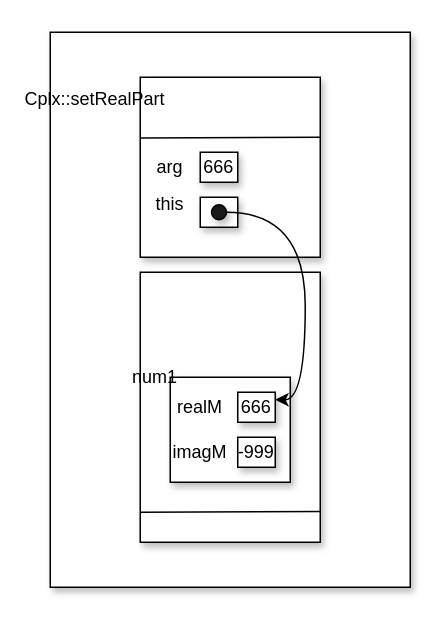
Above: page "Ex_B_Point_1" (4 of 11) of ENSF_619_Lab3.drawio in ENSF-619/Lab_3 (draw.io), before the change. Source tidied: cells renumbered, new cells numbered last; positions are measured from the earlier drawing's top-left corner, leaving out a move shared by most shapes. Both pictures are drawn from the tidied source at 150%, with x=0, y=0 at pixel (50, 32).
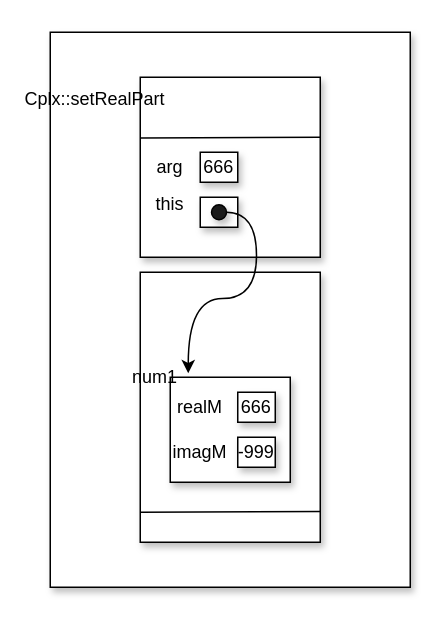
After the change.

The change refers to these unchanged cells:
```xml
<mxCell id="5" style="rounded=0;whiteSpace=wrap;html=1;shadow=1;strokeColor=#000000;fillColor=#ffffff;" parent="1" vertex="1">
  <mxGeometry x="80" y="230" width="80" height="70" as="geometry" />
</mxCell>
<mxCell id="12" value="666" style="rounded=0;whiteSpace=wrap;html=1;shadow=1;strokeColor=#000000;fillColor=#ffffff;" parent="1" vertex="1">
  <mxGeometry x="125" y="240" width="25" height="20" as="geometry" />
</mxCell>
<mxCell id="16" style="ellipse;whiteSpace=wrap;html=1;shadow=1;strokeColor=#000000;fillColor=#1A1A1A;" parent="1" vertex="1">
  <mxGeometry x="107.5" y="115" width="10" height="10" as="geometry" />
</mxCell>
```

Change to the diagram source:
```diff
@@
-    <mxCell id="15" style="edgeStyle=orthogonalEdgeStyle;curved=1;rounded=0;jettySize=auto;html=1;exitX=1;exitY=0.5;exitDx=0;exitDy=0;entryX=1;entryY=0.25;entryDx=0;entryDy=0;startArrow=none;startFill=0;endArrow=classic;endFill=1;strokeWidth=1;" parent="1" edge="1" source="16" target="12">
+    <mxCell id="15" style="edgeStyle=orthogonalEdgeStyle;curved=1;rounded=0;jettySize=auto;html=1;exitX=1;exitY=0.5;exitDx=0;exitDy=0;entryX=0.15;entryY=-0.037;entryDx=0;entryDy=0;startArrow=none;startFill=0;endArrow=classic;endFill=1;strokeWidth=1;entryPerimeter=0;" parent="1" edge="1" source="16" target="5">
       <mxGeometry relative="1" as="geometry" />
     </mxCell>
```
